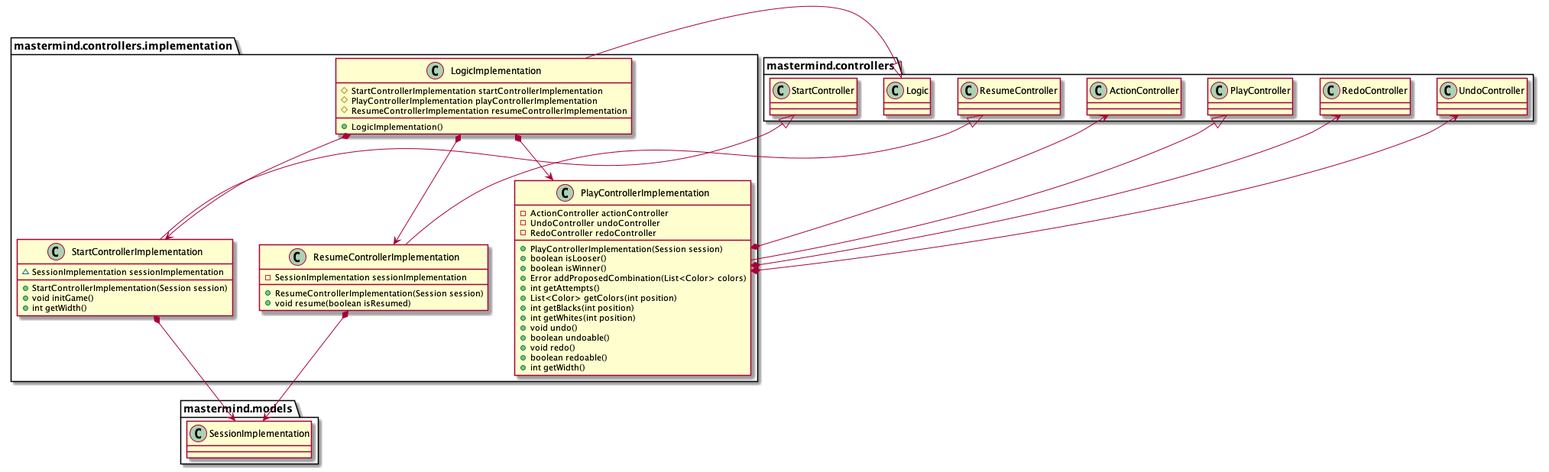
This is docs/images/paqueteMastermindControllersImplementation.png from jprieto92/mastermindClientServer, a PlantUML export, as it was before one commit. Its source is kept beside it as docs/sources/paqueteMastermindControllersImplementation.iuml. Its diagram source:
```plantuml
@startuml

class mastermind.controllers.implementation.LogicImplementation [[java:jprieto.mastermind.controllers.implementation.LogicImplementation]] {
	#StartControllerImplementation startControllerImplementation
	#PlayControllerImplementation playControllerImplementation
	#ResumeControllerImplementation resumeControllerImplementation
	+LogicImplementation()
}
mastermind.controllers.implementation.LogicImplementation *-down-> mastermind.controllers.implementation.StartControllerImplementation
mastermind.controllers.implementation.LogicImplementation *-down-> mastermind.controllers.implementation.PlayControllerImplementation
mastermind.controllers.implementation.LogicImplementation *-down-> mastermind.controllers.implementation.ResumeControllerImplementation
mastermind.controllers.Logic <|-- mastermind.controllers.implementation.LogicImplementation

class mastermind.controllers.implementation.PlayControllerImplementation [[java:jprieto.mastermind.controllers.implementation.PlayControllerImplementation]] {
	-ActionController actionController
	-UndoController undoController
	-RedoController redoController
	+PlayControllerImplementation(Session session)
	+boolean isLooser()
	+boolean isWinner()
	+Error addProposedCombination(List<Color> colors)
	+int getAttempts()
	+List<Color> getColors(int position)
	+int getBlacks(int position)
	+int getWhites(int position)
	+void undo()
	+boolean undoable()
	+void redo()
	+boolean redoable()
	+int getWidth()
}
mastermind.controllers.PlayController <|-- mastermind.controllers.implementation.PlayControllerImplementation
mastermind.controllers.implementation.PlayControllerImplementation *-down-> mastermind.controllers.ActionController
mastermind.controllers.implementation.PlayControllerImplementation *-down-> mastermind.controllers.UndoController
mastermind.controllers.implementation.PlayControllerImplementation *-down-> mastermind.controllers.RedoController

class mastermind.controllers.implementation.ResumeControllerImplementation [[java:jprieto.mastermind.controllers.implementation.ResumeControllerImplementation]] {
	-SessionImplementation sessionImplementation
	+ResumeControllerImplementation(Session session)
	+void resume(boolean isResumed)
}
mastermind.controllers.ResumeController <|-- mastermind.controllers.implementation.ResumeControllerImplementation
mastermind.controllers.implementation.ResumeControllerImplementation *-down-> mastermind.models.SessionImplementation

class mastermind.controllers.implementation.StartControllerImplementation [[java:jprieto.mastermind.controllers.implementation.StartControllerImplementation]] {
	~SessionImplementation sessionImplementation
	+StartControllerImplementation(Session session)
	+void initGame()
	+int getWidth()
}
mastermind.controllers.StartController <|-- mastermind.controllers.implementation.StartControllerImplementation
mastermind.controllers.implementation.StartControllerImplementation *-down-> mastermind.models.SessionImplementation



@enduml
```
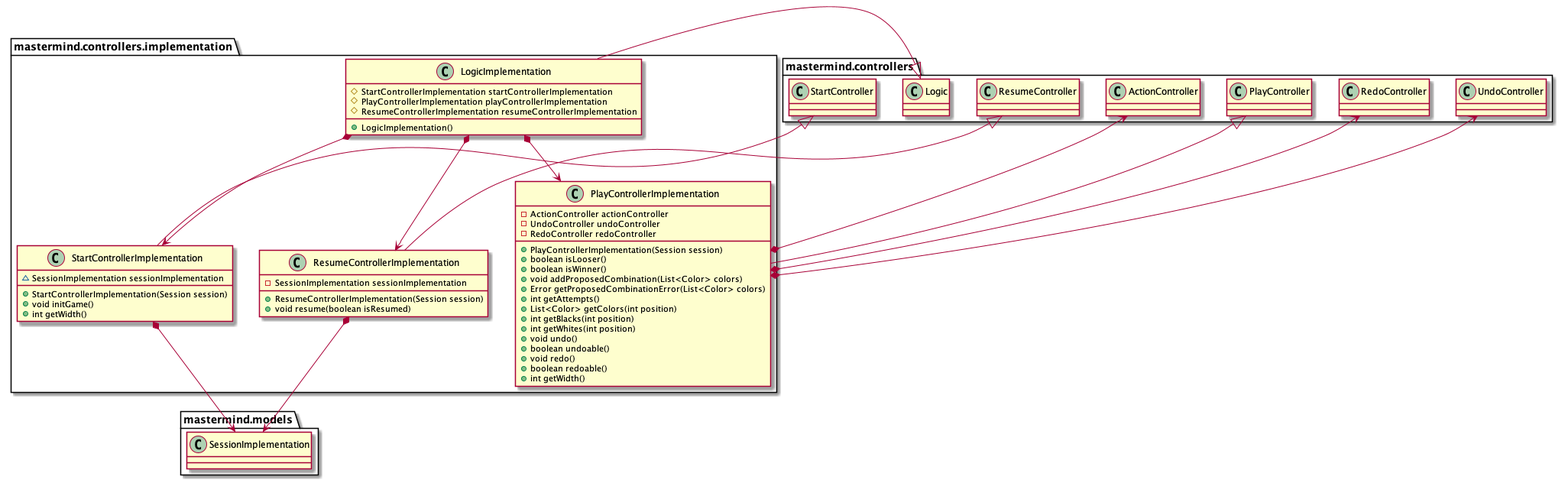
Later version of the same file.

The edit, as a diff of the source:
```diff
@@ -18,7 +18,8 @@
 	+PlayControllerImplementation(Session session)
 	+boolean isLooser()
 	+boolean isWinner()
-	+Error addProposedCombination(List<Color> colors)
+	+void addProposedCombination(List<Color> colors)
+	+Error getProposedCombinationError(List<Color> colors)
 	+int getAttempts()
 	+List<Color> getColors(int position)
 	+int getBlacks(int position)
```
